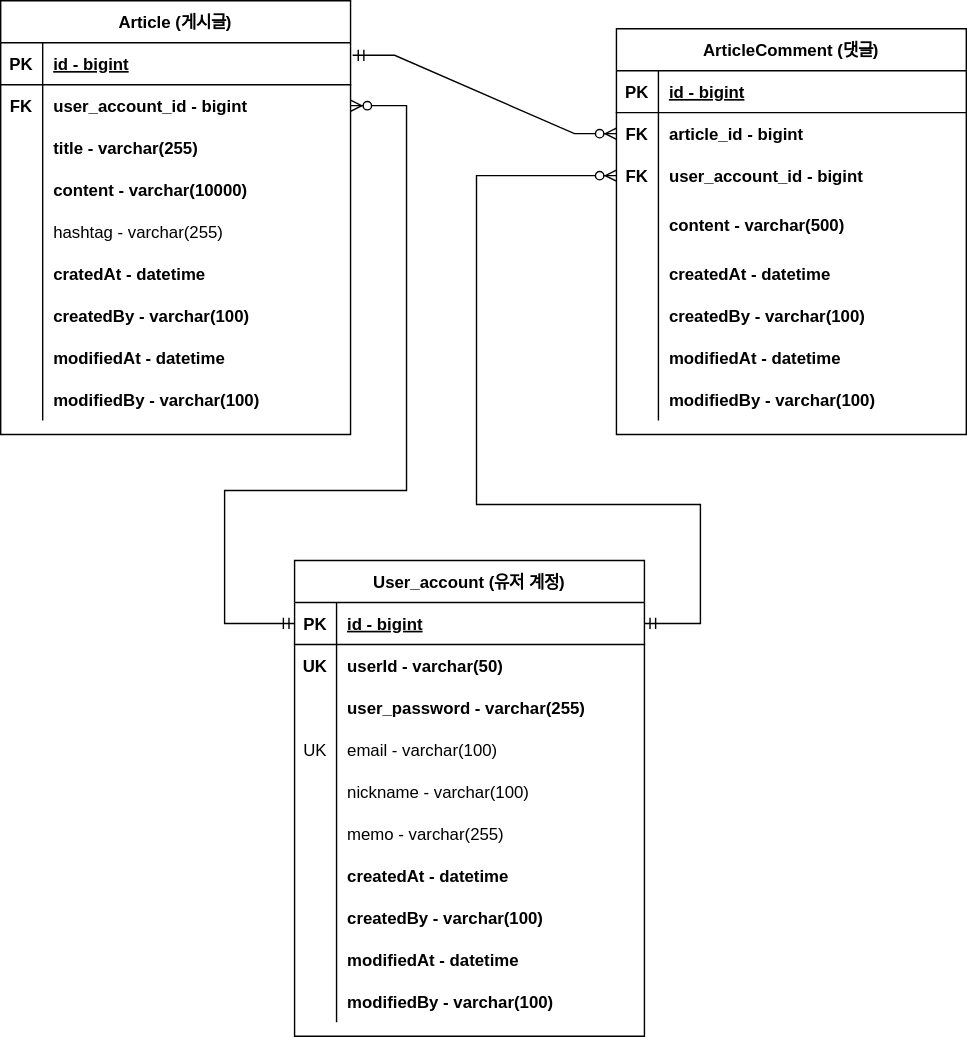
Earlier version of the draw.io export document/project-board-erd.drawio.svg (zeniverse/fc-project-board). Source tidied: cells renumbered, new cells last; positions are measured from the earlier drawing's top-left corner, leaving out a move shared by most shapes.
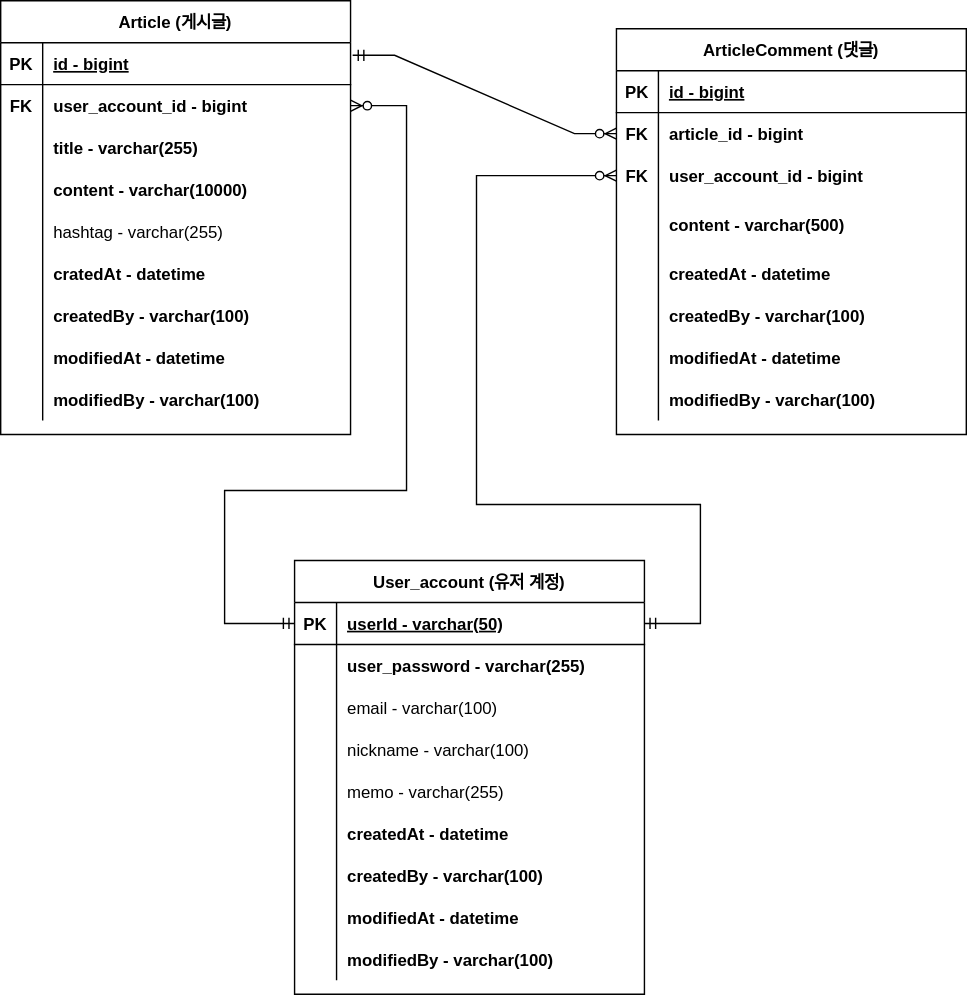
Later version of the same file.

Commit message:
#41 - ERD 문서 수정: 회원 계정 user_id 를 PK 로 변경

Change to the diagram source:
```diff
@@ -165,7 +165,7 @@
       <mxGeometry relative="1" as="geometry" />
     </mxCell>
     <mxCell id="56" value="User_account (유저 계정)" style="shape=table;startSize=30;rowLines=0;fontStyle=1;align=center;" parent="1" vertex="1">
-      <mxGeometry x="210" y="400" width="250" height="340" as="geometry" />
+      <mxGeometry x="210" y="400" width="250" height="310" as="geometry" />
     </mxCell>
     <mxCell id="57" style="shape=partialRectangle;fillColor=none;points=[[0,0.5],[1,0.5]];portConstraint=eastwest;top=0;left=0;right=0;bottom=1;" parent="56" vertex="1">
       <mxGeometry y="30" width="250" height="30" as="geometry" />
@@ -173,16 +173,16 @@
     <mxCell id="58" value="PK" style="shape=partialRectangle;overflow=hidden;fillColor=none;top=0;left=0;bottom=0;right=0;fontStyle=1;" parent="57" vertex="1">
       <mxGeometry width="30" height="30" as="geometry" />
     </mxCell>
-    <mxCell id="59" value="id - bigint" style="shape=partialRectangle;overflow=hidden;fillColor=none;top=0;left=0;bottom=0;right=0;align=left;spacingLeft=6;fontStyle=5;" parent="57" vertex="1">
+    <mxCell id="59" value="userId - varchar(50)" style="shape=partialRectangle;overflow=hidden;fillColor=none;top=0;left=0;bottom=0;right=0;align=left;spacingLeft=6;fontStyle=5;" parent="57" vertex="1">
       <mxGeometry x="30" width="220" height="30" as="geometry" />
     </mxCell>
     <mxCell id="60" style="shape=partialRectangle;fillColor=none;top=0;left=0;right=0;bottom=0;" parent="56" vertex="1">
       <mxGeometry y="60" width="250" height="30" as="geometry" />
     </mxCell>
-    <mxCell id="61" value="UK" style="shape=partialRectangle;overflow=hidden;fillColor=none;top=0;left=0;bottom=0;right=0;fontStyle=1;" parent="60" vertex="1">
+    <mxCell id="61" style="shape=partialRectangle;overflow=hidden;fillColor=none;top=0;left=0;bottom=0;right=0;fontStyle=1;" parent="60" vertex="1">
       <mxGeometry width="30" height="30" as="geometry" />
     </mxCell>
-    <mxCell id="62" value="userId - varchar(50)" style="shape=partialRectangle;overflow=hidden;fillColor=none;top=0;left=0;bottom=0;right=0;align=left;spacingLeft=6;fontStyle=1;" parent="60" vertex="1">
+    <mxCell id="62" value="user_password - varchar(255)" style="shape=partialRectangle;overflow=hidden;fillColor=none;top=0;left=0;bottom=0;right=0;align=left;spacingLeft=6;fontStyle=1;" parent="60" vertex="1">
       <mxGeometry x="30" width="220" height="30" as="geometry" />
     </mxCell>
     <mxCell id="63" style="shape=partialRectangle;fillColor=none;top=0;left=0;right=0;bottom=0;" parent="56" vertex="1">
@@ -191,16 +191,16 @@
     <mxCell id="64" style="shape=partialRectangle;overflow=hidden;fillColor=none;top=0;left=0;bottom=0;right=0;" parent="63" vertex="1">
       <mxGeometry width="30" height="30" as="geometry" />
     </mxCell>
-    <mxCell id="65" value="user_password - varchar(255)" style="shape=partialRectangle;overflow=hidden;fillColor=none;top=0;left=0;bottom=0;right=0;align=left;spacingLeft=6;fontStyle=1;" parent="63" vertex="1">
+    <mxCell id="65" value="email - varchar(100)" style="shape=partialRectangle;overflow=hidden;fillColor=none;top=0;left=0;bottom=0;right=0;align=left;spacingLeft=6;fontStyle=0;" parent="63" vertex="1">
       <mxGeometry x="30" width="220" height="30" as="geometry" />
     </mxCell>
     <mxCell id="66" style="shape=partialRectangle;fillColor=none;top=0;left=0;right=0;bottom=0;" parent="56" vertex="1">
       <mxGeometry y="120" width="250" height="30" as="geometry" />
     </mxCell>
-    <mxCell id="67" value="UK" style="shape=partialRectangle;overflow=hidden;fillColor=none;top=0;left=0;bottom=0;right=0;" parent="66" vertex="1">
+    <mxCell id="67" style="shape=partialRectangle;overflow=hidden;fillColor=none;top=0;left=0;bottom=0;right=0;" parent="66" vertex="1">
       <mxGeometry width="30" height="30" as="geometry" />
     </mxCell>
-    <mxCell id="68" value="email - varchar(100)" style="shape=partialRectangle;overflow=hidden;fillColor=none;top=0;left=0;bottom=0;right=0;align=left;spacingLeft=6;" parent="66" vertex="1">
+    <mxCell id="68" value="nickname - varchar(100)" style="shape=partialRectangle;overflow=hidden;fillColor=none;top=0;left=0;bottom=0;right=0;align=left;spacingLeft=6;" parent="66" vertex="1">
       <mxGeometry x="30" width="220" height="30" as="geometry" />
     </mxCell>
     <mxCell id="69" style="shape=partialRectangle;fillColor=none;top=0;left=0;right=0;bottom=0;" parent="56" vertex="1">
@@ -209,20 +209,11 @@
     <mxCell id="70" style="shape=partialRectangle;overflow=hidden;fillColor=none;top=0;left=0;bottom=0;right=0;" parent="69" vertex="1">
       <mxGeometry width="30" height="30" as="geometry" />
     </mxCell>
-    <mxCell id="71" value="nickname - varchar(100)" style="shape=partialRectangle;overflow=hidden;fillColor=none;top=0;left=0;bottom=0;right=0;align=left;spacingLeft=6;fontStyle=0;" parent="69" vertex="1">
+    <mxCell id="71" value="memo - varchar(255)" style="shape=partialRectangle;overflow=hidden;fillColor=none;top=0;left=0;bottom=0;right=0;align=left;spacingLeft=6;fontStyle=0;" parent="69" vertex="1">
       <mxGeometry x="30" width="220" height="30" as="geometry" />
     </mxCell>
-    <mxCell id="72" style="shape=partialRectangle;fillColor=none;top=0;left=0;right=0;bottom=0;fontStyle=1;" parent="56" vertex="1">
-      <mxGeometry y="180" width="250" height="30" as="geometry" />
-    </mxCell>
-    <mxCell id="73" style="shape=partialRectangle;overflow=hidden;fillColor=none;top=0;left=0;bottom=0;right=0;" parent="72" vertex="1">
-      <mxGeometry width="30" height="30" as="geometry" />
-    </mxCell>
-    <mxCell id="74" value="memo - varchar(255)" style="shape=partialRectangle;overflow=hidden;fillColor=none;top=0;left=0;bottom=0;right=0;align=left;spacingLeft=6;fontStyle=0;" parent="72" vertex="1">
-      <mxGeometry x="30" width="220" height="30" as="geometry" />
-    </mxCell>
     <mxCell id="75" style="shape=partialRectangle;fillColor=none;top=0;left=0;right=0;bottom=0;" parent="56" vertex="1">
-      <mxGeometry y="210" width="250" height="30" as="geometry" />
+      <mxGeometry y="180" width="250" height="30" as="geometry" />
     </mxCell>
     <mxCell id="76" style="shape=partialRectangle;overflow=hidden;fillColor=none;top=0;left=0;bottom=0;right=0;" parent="75" vertex="1">
       <mxGeometry width="30" height="30" as="geometry" />
@@ -231,7 +222,7 @@
       <mxGeometry x="30" width="220" height="30" as="geometry" />
     </mxCell>
     <mxCell id="78" style="shape=partialRectangle;fillColor=none;top=0;left=0;right=0;bottom=0;" parent="56" vertex="1">
-      <mxGeometry y="240" width="250" height="30" as="geometry" />
+      <mxGeometry y="210" width="250" height="30" as="geometry" />
     </mxCell>
     <mxCell id="79" style="shape=partialRectangle;overflow=hidden;fillColor=none;top=0;left=0;bottom=0;right=0;" parent="78" vertex="1">
       <mxGeometry width="30" height="30" as="geometry" />
@@ -240,7 +231,7 @@
       <mxGeometry x="30" width="220" height="30" as="geometry" />
     </mxCell>
     <mxCell id="81" style="shape=partialRectangle;fillColor=none;top=0;left=0;right=0;bottom=0;" parent="56" vertex="1">
-      <mxGeometry y="270" width="250" height="30" as="geometry" />
+      <mxGeometry y="240" width="250" height="30" as="geometry" />
     </mxCell>
     <mxCell id="82" style="shape=partialRectangle;overflow=hidden;fillColor=none;top=0;left=0;bottom=0;right=0;" parent="81" vertex="1">
       <mxGeometry width="30" height="30" as="geometry" />
@@ -249,7 +240,7 @@
       <mxGeometry x="30" width="220" height="30" as="geometry" />
     </mxCell>
     <mxCell id="84" style="shape=partialRectangle;fillColor=none;top=0;left=0;right=0;bottom=0;" parent="56" vertex="1">
-      <mxGeometry y="300" width="250" height="30" as="geometry" />
+      <mxGeometry y="270" width="250" height="30" as="geometry" />
     </mxCell>
     <mxCell id="85" style="shape=partialRectangle;overflow=hidden;fillColor=none;top=0;left=0;bottom=0;right=0;" parent="84" vertex="1">
       <mxGeometry width="30" height="30" as="geometry" />
```
